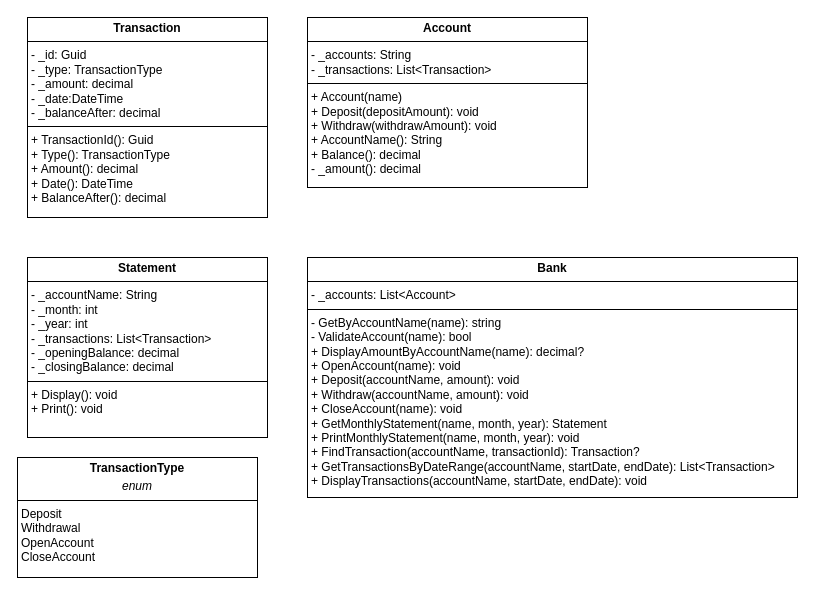
This is BankApp.drawio from jas812000/Draw_io_diagrams, a draw.io file, before an edit. Source tidied: cells renumbered, new cells numbered last; positions are measured from the earlier drawing's top-left corner, leaving out a move shared by most shapes. Both pictures are drawn from the tidied source at 100%, with x=0, y=0 at pixel (17, 17).
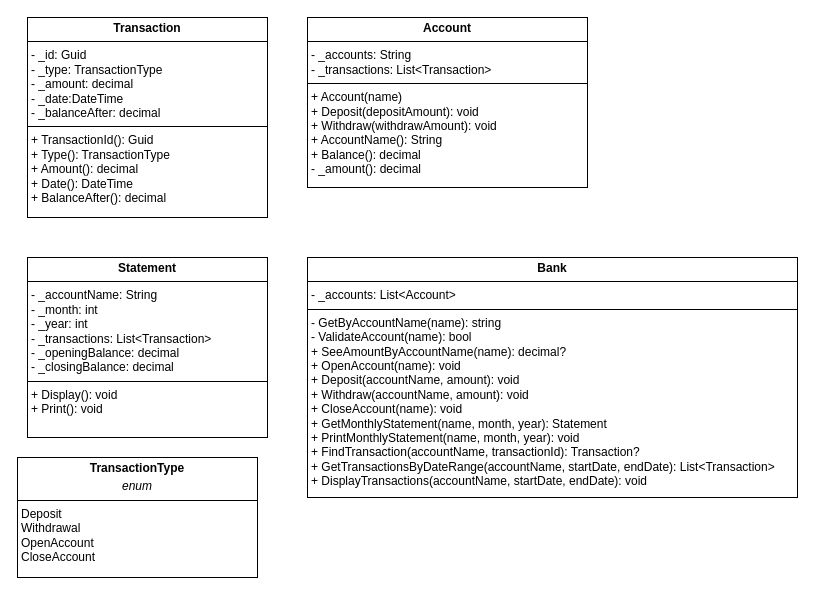
Above is the later version.

Diff of the diagram source:
```diff
@@
 <mxGraphModel>
   <root>
     <mxCell id="0" />
     <mxCell id="1" parent="0" />
     <mxCell id="2" value="&lt;p style=&quot;margin:0px;margin-top:4px;text-align:center;&quot;&gt;&lt;b&gt;Account&lt;/b&gt;&lt;/p&gt;&lt;hr size=&quot;1&quot; style=&quot;border-style:solid;&quot;&gt;&lt;p style=&quot;margin:0px;margin-left:4px;&quot;&gt;- _accounts: String&lt;/p&gt;&lt;p style=&quot;margin:0px;margin-left:4px;&quot;&gt;- _transactions: List&amp;lt;Transaction&amp;gt;&lt;/p&gt;&lt;hr size=&quot;1&quot; style=&quot;border-style:solid;&quot;&gt;&lt;p style=&quot;margin:0px;margin-left:4px;&quot;&gt;+ Account(name)&lt;/p&gt;&lt;p style=&quot;margin:0px;margin-left:4px;&quot;&gt;+ Deposit(depositAmount): void&lt;/p&gt;&lt;p style=&quot;margin:0px;margin-left:4px;&quot;&gt;+ Withdraw(withdrawAmount): void&lt;/p&gt;&lt;p style=&quot;margin:0px;margin-left:4px;&quot;&gt;+ AccountName(): String&lt;/p&gt;&lt;p style=&quot;margin:0px;margin-left:4px;&quot;&gt;+ Balance(): decimal&lt;/p&gt;&lt;p style=&quot;margin:0px;margin-left:4px;&quot;&gt;- _amount(): decimal&lt;/p&gt;" style="verticalAlign=top;align=left;overflow=fill;html=1;whiteSpace=wrap;" parent="1" vertex="1">
       <mxGeometry x="290" width="280" height="170" as="geometry" />
     </mxCell>
-    <mxCell id="3" value="&lt;p style=&quot;margin:0px;margin-top:4px;text-align:center;&quot;&gt;&lt;b&gt;Bank&lt;/b&gt;&lt;/p&gt;&lt;hr size=&quot;1&quot; style=&quot;border-style:solid;&quot;&gt;&lt;p style=&quot;margin:0px;margin-left:4px;&quot;&gt;- _accounts: List&amp;lt;Account&amp;gt;&lt;/p&gt;&lt;hr size=&quot;1&quot; style=&quot;border-style:solid;&quot;&gt;&lt;p style=&quot;margin:0px;margin-left:4px;&quot;&gt;- GetByAccountName(name): string&lt;br&gt;&lt;/p&gt;&lt;p style=&quot;margin:0px;margin-left:4px;&quot;&gt;- ValidateAccount(name): bool&lt;br&gt;&lt;/p&gt;&lt;p style=&quot;margin:0px;margin-left:4px;&quot;&gt;+ DisplayAmountByAccountName(name): decimal?&lt;/p&gt;&lt;p style=&quot;margin:0px;margin-left:4px;&quot;&gt;+ OpenAccount(name): void&lt;/p&gt;&lt;p style=&quot;margin:0px;margin-left:4px;&quot;&gt;+ Deposit(accountName, amount): void&lt;/p&gt;&lt;p style=&quot;margin:0px;margin-left:4px;&quot;&gt;+ Withdraw(accountName, amount): void&lt;/p&gt;&lt;p style=&quot;margin:0px;margin-left:4px;&quot;&gt;+ CloseAccount(name): void&lt;/p&gt;&lt;p style=&quot;margin:0px;margin-left:4px;&quot;&gt;+ GetMonthlyStatement(name, month, year): Statement&lt;/p&gt;&lt;p style=&quot;margin:0px;margin-left:4px;&quot;&gt;+ PrintMonthlyStatement(name, month, year): void&lt;/p&gt;&lt;p style=&quot;margin:0px;margin-left:4px;&quot;&gt;+ FindTransaction(accountName, transactionId): Transaction?&lt;/p&gt;&lt;p style=&quot;margin:0px;margin-left:4px;&quot;&gt;+ GetTransactionsByDateRange(accountName, startDate, endDate): List&amp;lt;Transaction&amp;gt;&lt;/p&gt;&lt;p style=&quot;margin:0px;margin-left:4px;&quot;&gt;+ DisplayTransactions(accountName, startDate, endDate): void&lt;/p&gt;&lt;p style=&quot;margin:0px;margin-left:4px;&quot;&gt;&lt;br&gt;&lt;/p&gt;&lt;p style=&quot;margin:0px;margin-left:4px;&quot;&gt;&lt;br&gt;&lt;/p&gt;&lt;p style=&quot;margin:0px;margin-left:4px;&quot;&gt;&lt;br&gt;&lt;/p&gt;" style="verticalAlign=top;align=left;overflow=fill;html=1;whiteSpace=wrap;" parent="1" vertex="1">
+    <mxCell id="3" value="&lt;p style=&quot;margin:0px;margin-top:4px;text-align:center;&quot;&gt;&lt;b&gt;Bank&lt;/b&gt;&lt;/p&gt;&lt;hr size=&quot;1&quot; style=&quot;border-style:solid;&quot;&gt;&lt;p style=&quot;margin:0px;margin-left:4px;&quot;&gt;- _accounts: List&amp;lt;Account&amp;gt;&lt;/p&gt;&lt;hr size=&quot;1&quot; style=&quot;border-style:solid;&quot;&gt;&lt;p style=&quot;margin:0px;margin-left:4px;&quot;&gt;- GetByAccountName(name): string&lt;br&gt;&lt;/p&gt;&lt;p style=&quot;margin:0px;margin-left:4px;&quot;&gt;- ValidateAccount(name): bool&lt;br&gt;&lt;/p&gt;&lt;p style=&quot;margin:0px;margin-left:4px;&quot;&gt;+ SeeAmountByAccountName(name): decimal?&lt;/p&gt;&lt;p style=&quot;margin:0px;margin-left:4px;&quot;&gt;+ OpenAccount(name): void&lt;/p&gt;&lt;p style=&quot;margin:0px;margin-left:4px;&quot;&gt;+ Deposit(accountName, amount): void&lt;/p&gt;&lt;p style=&quot;margin:0px;margin-left:4px;&quot;&gt;+ Withdraw(accountName, amount): void&lt;/p&gt;&lt;p style=&quot;margin:0px;margin-left:4px;&quot;&gt;+ CloseAccount(name): void&lt;/p&gt;&lt;p style=&quot;margin:0px;margin-left:4px;&quot;&gt;+ GetMonthlyStatement(name, month, year): Statement&lt;/p&gt;&lt;p style=&quot;margin:0px;margin-left:4px;&quot;&gt;+ PrintMonthlyStatement(name, month, year): void&lt;/p&gt;&lt;p style=&quot;margin:0px;margin-left:4px;&quot;&gt;+ FindTransaction(accountName, transactionId): Transaction?&lt;/p&gt;&lt;p style=&quot;margin:0px;margin-left:4px;&quot;&gt;+ GetTransactionsByDateRange(accountName, startDate, endDate): List&amp;lt;Transaction&amp;gt;&lt;/p&gt;&lt;p style=&quot;margin:0px;margin-left:4px;&quot;&gt;+ DisplayTransactions(accountName, startDate, endDate): void&lt;/p&gt;&lt;p style=&quot;margin:0px;margin-left:4px;&quot;&gt;&lt;br&gt;&lt;/p&gt;&lt;p style=&quot;margin:0px;margin-left:4px;&quot;&gt;&lt;br&gt;&lt;/p&gt;&lt;p style=&quot;margin:0px;margin-left:4px;&quot;&gt;&lt;br&gt;&lt;/p&gt;" style="verticalAlign=top;align=left;overflow=fill;html=1;whiteSpace=wrap;" parent="1" vertex="1">
       <mxGeometry x="290" y="240" width="490" height="240" as="geometry" />
     </mxCell>
     <mxCell id="4" value="&lt;p style=&quot;margin:0px;margin-top:4px;text-align:center;&quot;&gt;&lt;b&gt;Transaction&lt;/b&gt;&lt;br&gt;&lt;/p&gt;&lt;hr size=&quot;1&quot; style=&quot;border-style:solid;&quot;&gt;&lt;p style=&quot;margin:0px;margin-left:4px;&quot;&gt;- _id: Guid&lt;/p&gt;&lt;p style=&quot;margin:0px;margin-left:4px;&quot;&gt;- _type: TransactionType&lt;/p&gt;&lt;p style=&quot;margin:0px;margin-left:4px;&quot;&gt;- _amount: decimal&lt;/p&gt;&lt;p style=&quot;margin:0px;margin-left:4px;&quot;&gt;- _date:DateTime&lt;/p&gt;&lt;p style=&quot;margin:0px;margin-left:4px;&quot;&gt;- _balanceAfter: decimal&lt;/p&gt;&lt;hr size=&quot;1&quot; style=&quot;border-style:solid;&quot;&gt;&lt;p style=&quot;margin:0px;margin-left:4px;&quot;&gt;+ TransactionId(): Guid&lt;/p&gt;&lt;p style=&quot;margin:0px;margin-left:4px;&quot;&gt;+ Type(): TransactionType&lt;/p&gt;&lt;p style=&quot;margin:0px;margin-left:4px;&quot;&gt;+ Amount(): decimal&lt;/p&gt;&lt;p style=&quot;margin:0px;margin-left:4px;&quot;&gt;+ Date(): DateTime&lt;/p&gt;&lt;p style=&quot;margin:0px;margin-left:4px;&quot;&gt;+ BalanceAfter(): decimal&lt;/p&gt;" style="verticalAlign=top;align=left;overflow=fill;html=1;whiteSpace=wrap;" parent="1" vertex="1">
       <mxGeometry x="10" width="240" height="200" as="geometry" />
     </mxCell>
     <mxCell id="5" value="&lt;p style=&quot;margin:0px;margin-top:4px;text-align:center;&quot;&gt;&lt;b&gt;Statement&lt;/b&gt;&lt;br&gt;&lt;/p&gt;&lt;hr size=&quot;1&quot; style=&quot;border-style:solid;&quot;&gt;&lt;p style=&quot;margin:0px;margin-left:4px;&quot;&gt;- _accountName: String&lt;/p&gt;&lt;p style=&quot;margin:0px;margin-left:4px;&quot;&gt;- _month: int&lt;/p&gt;&lt;p style=&quot;margin:0px;margin-left:4px;&quot;&gt;- _year: int&lt;/p&gt;&lt;p style=&quot;margin:0px;margin-left:4px;&quot;&gt;- _transactions: List&amp;lt;Transaction&amp;gt;&lt;/p&gt;&lt;p style=&quot;margin:0px;margin-left:4px;&quot;&gt;- _openingBalance: decimal&lt;/p&gt;&lt;p style=&quot;margin:0px;margin-left:4px;&quot;&gt;- _closingBalance: decimal&lt;/p&gt;&lt;hr size=&quot;1&quot; style=&quot;border-style:solid;&quot;&gt;&lt;p style=&quot;margin:0px;margin-left:4px;&quot;&gt;+ Display(): void&lt;/p&gt;&lt;p style=&quot;margin:0px;margin-left:4px;&quot;&gt;+ Print(): void&lt;/p&gt;" style="verticalAlign=top;align=left;overflow=fill;html=1;whiteSpace=wrap;" parent="1" vertex="1">
       <mxGeometry x="10" y="240" width="240" height="180" as="geometry" />
     </mxCell>
     <mxCell id="6" value="&lt;p style=&quot;margin:0px;margin-top:4px;text-align:center;&quot;&gt;&lt;b&gt;TransactionType&lt;/b&gt;&lt;/p&gt;&lt;p style=&quot;margin:0px;margin-top:4px;text-align:center;&quot;&gt;&lt;i&gt;enum&lt;/i&gt;&lt;/p&gt;&lt;hr size=&quot;1&quot; style=&quot;border-style:solid;&quot;&gt;&lt;p style=&quot;margin:0px;margin-left:4px;&quot;&gt;Deposit&lt;/p&gt;&lt;p style=&quot;margin:0px;margin-left:4px;&quot;&gt;Withdrawal&lt;/p&gt;&lt;p style=&quot;margin:0px;margin-left:4px;&quot;&gt;OpenAccount&lt;/p&gt;&lt;p style=&quot;margin:0px;margin-left:4px;&quot;&gt;CloseAccount&lt;/p&gt;&lt;p style=&quot;margin:0px;margin-left:4px;&quot;&gt;&lt;br&gt;&lt;/p&gt;&lt;p style=&quot;margin:0px;margin-left:4px;&quot;&gt;&lt;br&gt;&lt;/p&gt;" style="verticalAlign=top;align=left;overflow=fill;html=1;whiteSpace=wrap;" parent="1" vertex="1">
       <mxGeometry y="440" width="240" height="120" as="geometry" />
     </mxCell>
   </root>
 </mxGraphModel>
```
